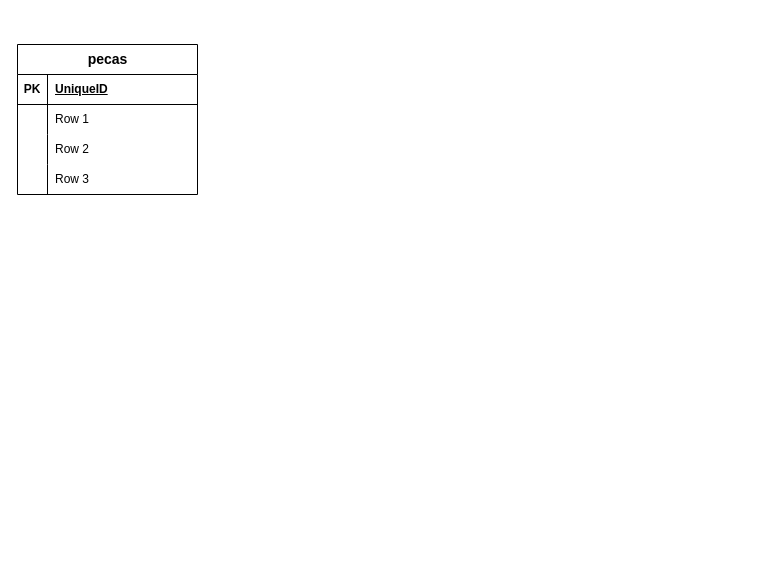
Above: Diagrama sem nome.drawio in Manuelalviana/mine (draw.io), before the change. Source tidied: cells renumbered, new cells numbered last; positions are measured from the earlier drawing's top-left corner, leaving out a move shared by most shapes. Both pictures are drawn from the tidied source at 100%, with x=0, y=0 at pixel (17, 44).
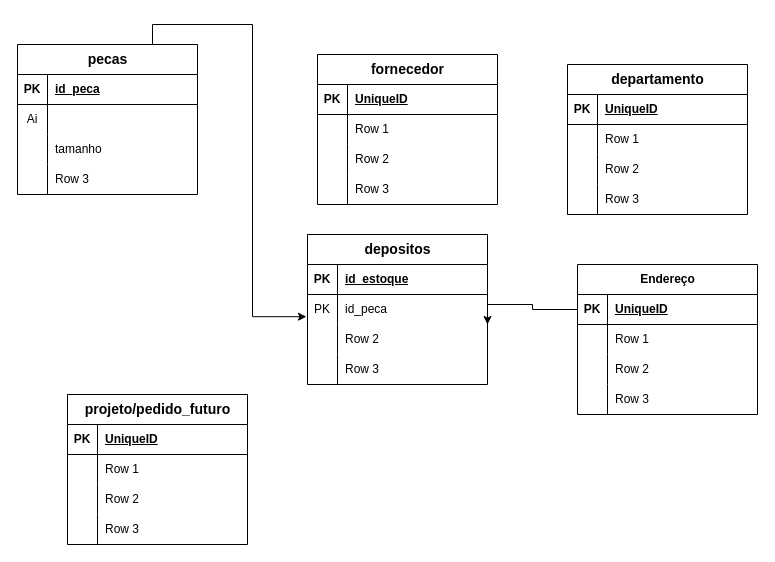
The same diagram, later.

The change refers to these unchanged cells:
```xml
<mxCell id="2" value="&lt;span style=&quot;font-size:10.5pt;line-height:107%;&lt;br/&gt;font-family:&amp;quot;Segoe UI&amp;quot;,sans-serif;mso-fareast-font-family:&amp;quot;Times New Roman&amp;quot;;&lt;br/&gt;color:#242424;background:white;mso-font-kerning:0pt;mso-ligatures:none;&lt;br/&gt;mso-ansi-language:PT-BR;mso-fareast-language:PT-BR;mso-bidi-language:AR-SA&quot;&gt;pecas&lt;/span&gt;" style="shape=table;startSize=30;childLayout=tableLayout;rowLines=0;fontStyle=1;align=center;html=1;" parent="1" vertex="1">
  <mxGeometry width="180" height="150" as="geometry" />
</mxCell>
<mxCell id="3" style="shape=tableRow;horizontal=0;startSize=0;swimlaneHead=0;swimlaneBody=0;fillColor=none;top=0;left=0;right=0;bottom=1;" parent="2" vertex="1">
  <mxGeometry y="30" width="180" height="30" as="geometry" />
</mxCell>
<mxCell id="6" style="shape=tableRow;horizontal=0;startSize=0;swimlaneHead=0;swimlaneBody=0;fillColor=none;top=0;left=0;right=0;bottom=0;" parent="2" vertex="1">
  <mxGeometry y="60" width="180" height="30" as="geometry" />
</mxCell>
<mxCell id="9" style="shape=tableRow;horizontal=0;startSize=0;swimlaneHead=0;swimlaneBody=0;fillColor=none;top=0;left=0;right=0;bottom=0;" parent="2" vertex="1">
  <mxGeometry y="90" width="180" height="30" as="geometry" />
</mxCell>
```

The edit, as a diff of the source:
```diff
@@
+    <mxCell id="15" value="&lt;span style=&quot;font-size:10.5pt;line-height:107%;&lt;br/&gt;font-family:&amp;quot;Segoe UI&amp;quot;,sans-serif;mso-fareast-font-family:&amp;quot;Times New Roman&amp;quot;;&lt;br/&gt;color:#242424;background:white;mso-font-kerning:0pt;mso-ligatures:none;&lt;br/&gt;mso-ansi-language:PT-BR;mso-fareast-language:PT-BR;mso-bidi-language:AR-SA&quot;&gt;depositos&lt;/span&gt;" style="shape=table;startSize=30;childLayout=tableLayout;rowLines=0;fontStyle=1;align=center;html=1;" parent="1" vertex="1">
+      <mxGeometry x="290" y="190" width="180" height="150" as="geometry" />
+    </mxCell>
+    <mxCell id="16" style="shape=tableRow;horizontal=0;startSize=0;swimlaneHead=0;swimlaneBody=0;fillColor=none;top=0;left=0;right=0;bottom=1;" parent="15" vertex="1">
+      <mxGeometry y="30" width="180" height="30" as="geometry" />
+    </mxCell>
+    <mxCell id="17" value="PK" style="shape=partialRectangle;fillColor=none;top=0;left=0;bottom=0;right=0;fontStyle=1;overflow=hidden;whiteSpace=wrap;html=1;" parent="16" vertex="1">
+      <mxGeometry width="30" height="30" as="geometry" />
+    </mxCell>
+    <mxCell id="18" value="id_estoque" style="shape=partialRectangle;fillColor=none;top=0;left=0;bottom=0;right=0;align=left;spacingLeft=6;fontStyle=5;overflow=hidden;whiteSpace=wrap;html=1;" parent="16" vertex="1">
+      <mxGeometry x="30" width="150" height="30" as="geometry" />
+    </mxCell>
+    <mxCell id="19" style="shape=tableRow;horizontal=0;startSize=0;swimlaneHead=0;swimlaneBody=0;fillColor=none;points=[[0,0.5],[1,0.5]];portConstraint=eastwest;top=0;left=0;right=0;bottom=0;" parent="15" vertex="1">
+      <mxGeometry y="60" width="180" height="30" as="geometry" />
+    </mxCell>
+    <mxCell id="20" value="PK" style="shape=partialRectangle;fillColor=none;top=0;left=0;bottom=0;right=0;overflow=hidden;whiteSpace=wrap;html=1;" parent="19" vertex="1">
+      <mxGeometry width="30" height="30" as="geometry" />
+    </mxCell>
+    <mxCell id="21" value="id_peca" style="shape=partialRectangle;fillColor=none;top=0;left=0;bottom=0;right=0;align=left;spacingLeft=6;overflow=hidden;whiteSpace=wrap;html=1;" parent="19" vertex="1">
+      <mxGeometry x="30" width="150" height="30" as="geometry" />
+    </mxCell>
+    <mxCell id="22" style="shape=tableRow;horizontal=0;startSize=0;swimlaneHead=0;swimlaneBody=0;fillColor=none;points=[[0,0.5],[1,0.5]];portConstraint=eastwest;top=0;left=0;right=0;bottom=0;" parent="15" vertex="1">
+      <mxGeometry y="90" width="180" height="30" as="geometry" />
+    </mxCell>
+    <mxCell id="23" style="shape=partialRectangle;fillColor=none;top=0;left=0;bottom=0;right=0;overflow=hidden;whiteSpace=wrap;html=1;" parent="22" vertex="1">
+      <mxGeometry width="30" height="30" as="geometry" />
+    </mxCell>
+    <mxCell id="24" value="Row 2" style="shape=partialRectangle;fillColor=none;top=0;left=0;bottom=0;right=0;align=left;spacingLeft=6;overflow=hidden;whiteSpace=wrap;html=1;" parent="22" vertex="1">
+      <mxGeometry x="30" width="150" height="30" as="geometry" />
+    </mxCell>
+    <mxCell id="25" style="shape=tableRow;horizontal=0;startSize=0;swimlaneHead=0;swimlaneBody=0;fillColor=none;top=0;left=0;right=0;bottom=0;" parent="15" vertex="1">
+      <mxGeometry y="120" width="180" height="30" as="geometry" />
+    </mxCell>
+    <mxCell id="26" style="shape=partialRectangle;fillColor=none;top=0;left=0;bottom=0;right=0;overflow=hidden;whiteSpace=wrap;html=1;" parent="25" vertex="1">
+      <mxGeometry width="30" height="30" as="geometry" />
+    </mxCell>
+    <mxCell id="27" value="Row 3" style="shape=partialRectangle;fillColor=none;top=0;left=0;bottom=0;right=0;align=left;spacingLeft=6;overflow=hidden;whiteSpace=wrap;html=1;" parent="25" vertex="1">
+      <mxGeometry x="30" width="150" height="30" as="geometry" />
+    </mxCell>
@@
-    <mxCell id="5" value="UniqueID" style="shape=partialRectangle;fillColor=none;top=0;left=0;bottom=0;right=0;align=left;spacingLeft=6;fontStyle=5;overflow=hidden;whiteSpace=wrap;html=1;" parent="3" vertex="1">
+    <mxCell id="5" value="id_peca" style="shape=partialRectangle;fillColor=none;top=0;left=0;bottom=0;right=0;align=left;spacingLeft=6;fontStyle=5;overflow=hidden;whiteSpace=wrap;html=1;" parent="3" vertex="1">
       <mxGeometry x="30" width="150" height="30" as="geometry" />
     </mxCell>
@@
-    <mxCell id="7" style="shape=partialRectangle;fillColor=none;top=0;left=0;bottom=0;right=0;overflow=hidden;whiteSpace=wrap;html=1;" parent="6" vertex="1">
+    <mxCell id="7" value="Ai" style="shape=partialRectangle;fillColor=none;top=0;left=0;bottom=0;right=0;overflow=hidden;whiteSpace=wrap;html=1;" parent="6" vertex="1">
       <mxGeometry width="30" height="30" as="geometry" />
     </mxCell>
-    <mxCell id="8" value="Row 1" style="shape=partialRectangle;fillColor=none;top=0;left=0;bottom=0;right=0;align=left;spacingLeft=6;overflow=hidden;whiteSpace=wrap;html=1;" parent="6" vertex="1">
+    <mxCell id="8" style="shape=partialRectangle;fillColor=none;top=0;left=0;bottom=0;right=0;align=left;spacingLeft=6;overflow=hidden;whiteSpace=wrap;html=1;" parent="6" vertex="1">
       <mxGeometry x="30" width="150" height="30" as="geometry" />
     </mxCell>
@@
-    <mxCell id="11" value="Row 2" style="shape=partialRectangle;fillColor=none;top=0;left=0;bottom=0;right=0;align=left;spacingLeft=6;overflow=hidden;whiteSpace=wrap;html=1;" parent="9" vertex="1">
+    <mxCell id="11" value="tamanho" style="shape=partialRectangle;fillColor=none;top=0;left=0;bottom=0;right=0;align=left;spacingLeft=6;overflow=hidden;whiteSpace=wrap;html=1;" parent="9" vertex="1">
       <mxGeometry x="30" width="150" height="30" as="geometry" />
     </mxCell>
@@
+    <mxCell id="28" style="edgeStyle=orthogonalEdgeStyle;rounded=0;jettySize=auto;html=1;exitX=0.75;exitY=0;exitDx=0;exitDy=0;entryX=-0.006;entryY=0.74;entryDx=0;entryDy=0;entryPerimeter=0;" parent="1" edge="1" source="2" target="19">
+      <mxGeometry relative="1" as="geometry" />
+    </mxCell>
+    <mxCell id="29" value="Endereço" style="shape=table;startSize=30;childLayout=tableLayout;rowLines=0;fontStyle=1;align=center;html=1;" parent="1" vertex="1">
+      <mxGeometry x="560" y="220" width="180" height="150" as="geometry" />
+    </mxCell>
+    <mxCell id="30" style="shape=tableRow;horizontal=0;startSize=0;swimlaneHead=0;swimlaneBody=0;fillColor=none;points=[[0,0.5],[1,0.5]];portConstraint=eastwest;top=0;left=0;right=0;bottom=1;" parent="29" vertex="1">
+      <mxGeometry y="30" width="180" height="30" as="geometry" />
+    </mxCell>
+    <mxCell id="31" value="PK" style="shape=partialRectangle;fillColor=none;top=0;left=0;bottom=0;right=0;fontStyle=1;overflow=hidden;whiteSpace=wrap;html=1;" parent="30" vertex="1">
+      <mxGeometry width="30" height="30" as="geometry" />
+    </mxCell>
+    <mxCell id="32" value="UniqueID" style="shape=partialRectangle;fillColor=none;top=0;left=0;bottom=0;right=0;align=left;spacingLeft=6;fontStyle=5;overflow=hidden;whiteSpace=wrap;html=1;" parent="30" vertex="1">
+      <mxGeometry x="30" width="150" height="30" as="geometry" />
+    </mxCell>
+    <mxCell id="33" style="shape=tableRow;horizontal=0;startSize=0;swimlaneHead=0;swimlaneBody=0;fillColor=none;top=0;left=0;right=0;bottom=0;" parent="29" vertex="1">
+      <mxGeometry y="60" width="180" height="30" as="geometry" />
+    </mxCell>
+    <mxCell id="34" style="shape=partialRectangle;fillColor=none;top=0;left=0;bottom=0;right=0;overflow=hidden;whiteSpace=wrap;html=1;" parent="33" vertex="1">
+      <mxGeometry width="30" height="30" as="geometry" />
+    </mxCell>
+    <mxCell id="35" value="Row 1" style="shape=partialRectangle;fillColor=none;top=0;left=0;bottom=0;right=0;align=left;spacingLeft=6;overflow=hidden;whiteSpace=wrap;html=1;" parent="33" vertex="1">
+      <mxGeometry x="30" width="150" height="30" as="geometry" />
+    </mxCell>
+    <mxCell id="36" style="shape=tableRow;horizontal=0;startSize=0;swimlaneHead=0;swimlaneBody=0;fillColor=none;top=0;left=0;right=0;bottom=0;" parent="29" vertex="1">
+      <mxGeometry y="90" width="180" height="30" as="geometry" />
+    </mxCell>
+    <mxCell id="37" style="shape=partialRectangle;fillColor=none;top=0;left=0;bottom=0;right=0;overflow=hidden;whiteSpace=wrap;html=1;" parent="36" vertex="1">
+      <mxGeometry width="30" height="30" as="geometry" />
+    </mxCell>
+    <mxCell id="38" value="Row 2" style="shape=partialRectangle;fillColor=none;top=0;left=0;bottom=0;right=0;align=left;spacingLeft=6;overflow=hidden;whiteSpace=wrap;html=1;" parent="36" vertex="1">
+      <mxGeometry x="30" width="150" height="30" as="geometry" />
+    </mxCell>
+    <mxCell id="39" style="shape=tableRow;horizontal=0;startSize=0;swimlaneHead=0;swimlaneBody=0;fillColor=none;top=0;left=0;right=0;bottom=0;" parent="29" vertex="1">
+      <mxGeometry y="120" width="180" height="30" as="geometry" />
+    </mxCell>
+    <mxCell id="40" style="shape=partialRectangle;fillColor=none;top=0;left=0;bottom=0;right=0;overflow=hidden;whiteSpace=wrap;html=1;" parent="39" vertex="1">
+      <mxGeometry width="30" height="30" as="geometry" />
+    </mxCell>
+    <mxCell id="41" value="Row 3" style="shape=partialRectangle;fillColor=none;top=0;left=0;bottom=0;right=0;align=left;spacingLeft=6;overflow=hidden;whiteSpace=wrap;html=1;" parent="39" vertex="1">
+      <mxGeometry x="30" width="150" height="30" as="geometry" />
+    </mxCell>
+    <mxCell id="42" style="edgeStyle=orthogonalEdgeStyle;rounded=0;jettySize=auto;html=1;exitX=0;exitY=0.5;exitDx=0;exitDy=0;entryX=1;entryY=0;entryDx=0;entryDy=0;entryPerimeter=0;" parent="1" edge="1" source="30" target="22">
+      <mxGeometry relative="1" as="geometry" />
+    </mxCell>
+    <mxCell id="43" value="&lt;span style=&quot;font-size:10.5pt;line-height:107%;&lt;br/&gt;font-family:&amp;quot;Segoe UI&amp;quot;,sans-serif;mso-fareast-font-family:&amp;quot;Times New Roman&amp;quot;;&lt;br/&gt;color:#242424;background:white;mso-font-kerning:0pt;mso-ligatures:none;&lt;br/&gt;mso-ansi-language:PT-BR;mso-fareast-language:PT-BR;mso-bidi-language:AR-SA&quot;&gt;departamento&lt;/span&gt;" style="shape=table;startSize=30;childLayout=tableLayout;rowLines=0;fontStyle=1;align=center;html=1;" parent="1" vertex="1">
+      <mxGeometry x="550" y="20" width="180" height="150" as="geometry" />
+    </mxCell>
+    <mxCell id="44" style="shape=tableRow;horizontal=0;startSize=0;swimlaneHead=0;swimlaneBody=0;fillColor=none;top=0;left=0;right=0;bottom=1;" parent="43" vertex="1">
+      <mxGeometry y="30" width="180" height="30" as="geometry" />
+    </mxCell>
+    <mxCell id="45" value="PK" style="shape=partialRectangle;fillColor=none;top=0;left=0;bottom=0;right=0;fontStyle=1;overflow=hidden;whiteSpace=wrap;html=1;" parent="44" vertex="1">
+      <mxGeometry width="30" height="30" as="geometry" />
+    </mxCell>
+    <mxCell id="46" value="UniqueID" style="shape=partialRectangle;fillColor=none;top=0;left=0;bottom=0;right=0;align=left;spacingLeft=6;fontStyle=5;overflow=hidden;whiteSpace=wrap;html=1;" parent="44" vertex="1">
+      <mxGeometry x="30" width="150" height="30" as="geometry" />
+    </mxCell>
+    <mxCell id="47" style="shape=tableRow;horizontal=0;startSize=0;swimlaneHead=0;swimlaneBody=0;fillColor=none;top=0;left=0;right=0;bottom=0;" parent="43" vertex="1">
+      <mxGeometry y="60" width="180" height="30" as="geometry" />
+    </mxCell>
+    <mxCell id="48" style="shape=partialRectangle;fillColor=none;top=0;left=0;bottom=0;right=0;overflow=hidden;whiteSpace=wrap;html=1;" parent="47" vertex="1">
+      <mxGeometry width="30" height="30" as="geometry" />
+    </mxCell>
+    <mxCell id="49" value="Row 1" style="shape=partialRectangle;fillColor=none;top=0;left=0;bottom=0;right=0;align=left;spacingLeft=6;overflow=hidden;whiteSpace=wrap;html=1;" parent="47" vertex="1">
+      <mxGeometry x="30" width="150" height="30" as="geometry" />
+    </mxCell>
+    <mxCell id="50" style="shape=tableRow;horizontal=0;startSize=0;swimlaneHead=0;swimlaneBody=0;fillColor=none;top=0;left=0;right=0;bottom=0;" parent="43" vertex="1">
+      <mxGeometry y="90" width="180" height="30" as="geometry" />
+    </mxCell>
+    <mxCell id="51" style="shape=partialRectangle;fillColor=none;top=0;left=0;bottom=0;right=0;overflow=hidden;whiteSpace=wrap;html=1;" parent="50" vertex="1">
+      <mxGeometry width="30" height="30" as="geometry" />
+    </mxCell>
+    <mxCell id="52" value="Row 2" style="shape=partialRectangle;fillColor=none;top=0;left=0;bottom=0;right=0;align=left;spacingLeft=6;overflow=hidden;whiteSpace=wrap;html=1;" parent="50" vertex="1">
+      <mxGeometry x="30" width="150" height="30" as="geometry" />
+    </mxCell>
+    <mxCell id="53" style="shape=tableRow;horizontal=0;startSize=0;swimlaneHead=0;swimlaneBody=0;fillColor=none;top=0;left=0;right=0;bottom=0;" parent="43" vertex="1">
+      <mxGeometry y="120" width="180" height="30" as="geometry" />
+    </mxCell>
+    <mxCell id="54" style="shape=partialRectangle;fillColor=none;top=0;left=0;bottom=0;right=0;overflow=hidden;whiteSpace=wrap;html=1;" parent="53" vertex="1">
+      <mxGeometry width="30" height="30" as="geometry" />
+    </mxCell>
+    <mxCell id="55" value="Row 3" style="shape=partialRectangle;fillColor=none;top=0;left=0;bottom=0;right=0;align=left;spacingLeft=6;overflow=hidden;whiteSpace=wrap;html=1;" parent="53" vertex="1">
+      <mxGeometry x="30" width="150" height="30" as="geometry" />
+    </mxCell>
+    <mxCell id="56" value="&lt;span style=&quot;font-size:10.5pt;line-height:107%;&lt;br/&gt;font-family:&amp;quot;Segoe UI&amp;quot;,sans-serif;mso-fareast-font-family:&amp;quot;Times New Roman&amp;quot;;&lt;br/&gt;color:#242424;background:white;mso-font-kerning:0pt;mso-ligatures:none;&lt;br/&gt;mso-ansi-language:PT-BR;mso-fareast-language:PT-BR;mso-bidi-language:AR-SA&quot;&gt;fornecedor&lt;/span&gt;" style="shape=table;startSize=30;childLayout=tableLayout;rowLines=0;fontStyle=1;align=center;html=1;" parent="1" vertex="1">
+      <mxGeometry x="300" y="10" width="180" height="150" as="geometry" />
+    </mxCell>
+    <mxCell id="57" style="shape=tableRow;horizontal=0;startSize=0;swimlaneHead=0;swimlaneBody=0;fillColor=none;top=0;left=0;right=0;bottom=1;" parent="56" vertex="1">
+      <mxGeometry y="30" width="180" height="30" as="geometry" />
+    </mxCell>
+    <mxCell id="58" value="PK" style="shape=partialRectangle;fillColor=none;top=0;left=0;bottom=0;right=0;fontStyle=1;overflow=hidden;whiteSpace=wrap;html=1;" parent="57" vertex="1">
+      <mxGeometry width="30" height="30" as="geometry" />
+    </mxCell>
+    <mxCell id="59" value="UniqueID" style="shape=partialRectangle;fillColor=none;top=0;left=0;bottom=0;right=0;align=left;spacingLeft=6;fontStyle=5;overflow=hidden;whiteSpace=wrap;html=1;" parent="57" vertex="1">
+      <mxGeometry x="30" width="150" height="30" as="geometry" />
+    </mxCell>
+    <mxCell id="60" style="shape=tableRow;horizontal=0;startSize=0;swimlaneHead=0;swimlaneBody=0;fillColor=none;top=0;left=0;right=0;bottom=0;" parent="56" vertex="1">
+      <mxGeometry y="60" width="180" height="30" as="geometry" />
+    </mxCell>
+    <mxCell id="61" style="shape=partialRectangle;fillColor=none;top=0;left=0;bottom=0;right=0;overflow=hidden;whiteSpace=wrap;html=1;" parent="60" vertex="1">
+      <mxGeometry width="30" height="30" as="geometry" />
+    </mxCell>
+    <mxCell id="62" value="Row 1" style="shape=partialRectangle;fillColor=none;top=0;left=0;bottom=0;right=0;align=left;spacingLeft=6;overflow=hidden;whiteSpace=wrap;html=1;" parent="60" vertex="1">
+      <mxGeometry x="30" width="150" height="30" as="geometry" />
+    </mxCell>
+    <mxCell id="63" style="shape=tableRow;horizontal=0;startSize=0;swimlaneHead=0;swimlaneBody=0;fillColor=none;top=0;left=0;right=0;bottom=0;" parent="56" vertex="1">
+      <mxGeometry y="90" width="180" height="30" as="geometry" />
+    </mxCell>
+    <mxCell id="64" style="shape=partialRectangle;fillColor=none;top=0;left=0;bottom=0;right=0;overflow=hidden;whiteSpace=wrap;html=1;" parent="63" vertex="1">
+      <mxGeometry width="30" height="30" as="geometry" />
+    </mxCell>
+    <mxCell id="65" value="Row 2" style="shape=partialRectangle;fillColor=none;top=0;left=0;bottom=0;right=0;align=left;spacingLeft=6;overflow=hidden;whiteSpace=wrap;html=1;" parent="63" vertex="1">
+      <mxGeometry x="30" width="150" height="30" as="geometry" />
+    </mxCell>
+    <mxCell id="66" style="shape=tableRow;horizontal=0;startSize=0;swimlaneHead=0;swimlaneBody=0;fillColor=none;top=0;left=0;right=0;bottom=0;" parent="56" vertex="1">
+      <mxGeometry y="120" width="180" height="30" as="geometry" />
+    </mxCell>
+    <mxCell id="67" style="shape=partialRectangle;fillColor=none;top=0;left=0;bottom=0;right=0;overflow=hidden;whiteSpace=wrap;html=1;" parent="66" vertex="1">
+      <mxGeometry width="30" height="30" as="geometry" />
+    </mxCell>
+    <mxCell id="68" value="Row 3" style="shape=partialRectangle;fillColor=none;top=0;left=0;bottom=0;right=0;align=left;spacingLeft=6;overflow=hidden;whiteSpace=wrap;html=1;" parent="66" vertex="1">
+      <mxGeometry x="30" width="150" height="30" as="geometry" />
+    </mxCell>
+    <mxCell id="69" value="&lt;span style=&quot;font-size:10.5pt;line-height:107%;&lt;br/&gt;font-family:&amp;quot;Segoe UI&amp;quot;,sans-serif;mso-fareast-font-family:&amp;quot;Times New Roman&amp;quot;;&lt;br/&gt;color:#242424;background:white;mso-font-kerning:0pt;mso-ligatures:none;&lt;br/&gt;mso-ansi-language:PT-BR;mso-fareast-language:PT-BR;mso-bidi-language:AR-SA&quot;&gt;projeto/pedido_futuro&lt;/span&gt;" style="shape=table;startSize=30;childLayout=tableLayout;rowLines=0;fontStyle=1;align=center;html=1;" parent="1" vertex="1">
+      <mxGeometry x="50" y="350" width="180" height="150" as="geometry" />
+    </mxCell>
+    <mxCell id="70" style="shape=tableRow;horizontal=0;startSize=0;swimlaneHead=0;swimlaneBody=0;fillColor=none;top=0;left=0;right=0;bottom=1;" parent="69" vertex="1">
+      <mxGeometry y="30" width="180" height="30" as="geometry" />
+    </mxCell>
+    <mxCell id="71" value="PK" style="shape=partialRectangle;fillColor=none;top=0;left=0;bottom=0;right=0;fontStyle=1;overflow=hidden;whiteSpace=wrap;html=1;" parent="70" vertex="1">
+      <mxGeometry width="30" height="30" as="geometry" />
+    </mxCell>
+    <mxCell id="72" value="UniqueID" style="shape=partialRectangle;fillColor=none;top=0;left=0;bottom=0;right=0;align=left;spacingLeft=6;fontStyle=5;overflow=hidden;whiteSpace=wrap;html=1;" parent="70" vertex="1">
+      <mxGeometry x="30" width="150" height="30" as="geometry" />
+    </mxCell>
+    <mxCell id="73" style="shape=tableRow;horizontal=0;startSize=0;swimlaneHead=0;swimlaneBody=0;fillColor=none;top=0;left=0;right=0;bottom=0;" parent="69" vertex="1">
+      <mxGeometry y="60" width="180" height="30" as="geometry" />
+    </mxCell>
+    <mxCell id="74" style="shape=partialRectangle;fillColor=none;top=0;left=0;bottom=0;right=0;overflow=hidden;whiteSpace=wrap;html=1;" parent="73" vertex="1">
+      <mxGeometry width="30" height="30" as="geometry" />
+    </mxCell>
+    <mxCell id="75" value="Row 1" style="shape=partialRectangle;fillColor=none;top=0;left=0;bottom=0;right=0;align=left;spacingLeft=6;overflow=hidden;whiteSpace=wrap;html=1;" parent="73" vertex="1">
+      <mxGeometry x="30" width="150" height="30" as="geometry" />
+    </mxCell>
+    <mxCell id="76" style="shape=tableRow;horizontal=0;startSize=0;swimlaneHead=0;swimlaneBody=0;fillColor=none;top=0;left=0;right=0;bottom=0;" parent="69" vertex="1">
+      <mxGeometry y="90" width="180" height="30" as="geometry" />
+    </mxCell>
+    <mxCell id="77" style="shape=partialRectangle;fillColor=none;top=0;left=0;bottom=0;right=0;overflow=hidden;whiteSpace=wrap;html=1;" parent="76" vertex="1">
+      <mxGeometry width="30" height="30" as="geometry" />
+    </mxCell>
+    <mxCell id="78" value="Row 2" style="shape=partialRectangle;fillColor=none;top=0;left=0;bottom=0;right=0;align=left;spacingLeft=6;overflow=hidden;whiteSpace=wrap;html=1;" parent="76" vertex="1">
+      <mxGeometry x="30" width="150" height="30" as="geometry" />
+    </mxCell>
+    <mxCell id="79" style="shape=tableRow;horizontal=0;startSize=0;swimlaneHead=0;swimlaneBody=0;fillColor=none;top=0;left=0;right=0;bottom=0;" parent="69" vertex="1">
+      <mxGeometry y="120" width="180" height="30" as="geometry" />
+    </mxCell>
+    <mxCell id="80" style="shape=partialRectangle;fillColor=none;top=0;left=0;bottom=0;right=0;overflow=hidden;whiteSpace=wrap;html=1;" parent="79" vertex="1">
+      <mxGeometry width="30" height="30" as="geometry" />
+    </mxCell>
+    <mxCell id="81" value="Row 3" style="shape=partialRectangle;fillColor=none;top=0;left=0;bottom=0;right=0;align=left;spacingLeft=6;overflow=hidden;whiteSpace=wrap;html=1;" parent="79" vertex="1">
+      <mxGeometry x="30" width="150" height="30" as="geometry" />
+    </mxCell>
```
